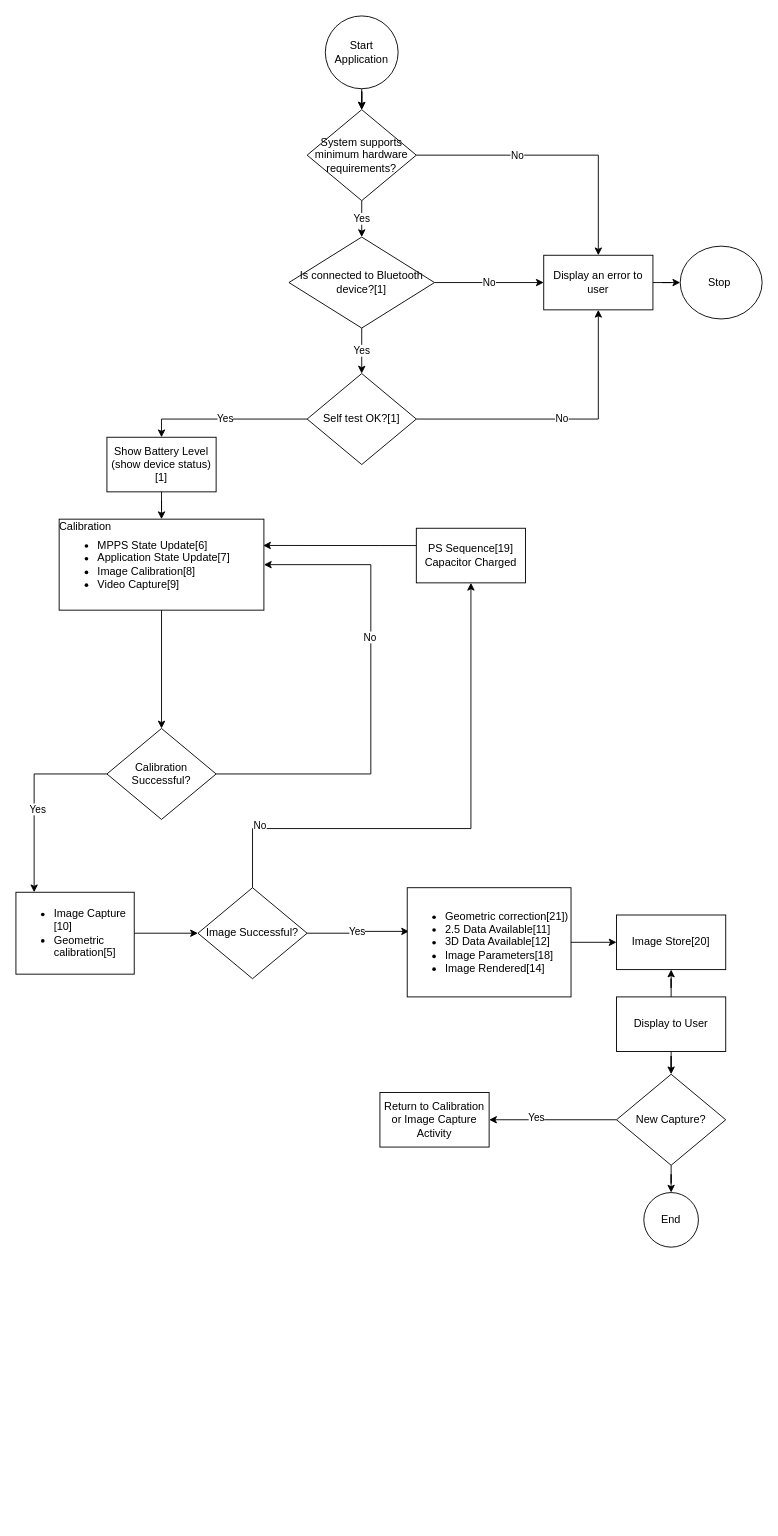
Above: top-level-sequence.drawio in obsidianhead/mobile-diagrams (draw.io), before the change. Source tidied: cells renumbered, new cells numbered last; positions are measured from the earlier drawing's top-left corner, leaving out a move shared by most shapes. Both pictures are drawn from the tidied source at 91%, with x=0, y=0 at pixel (15, 15).
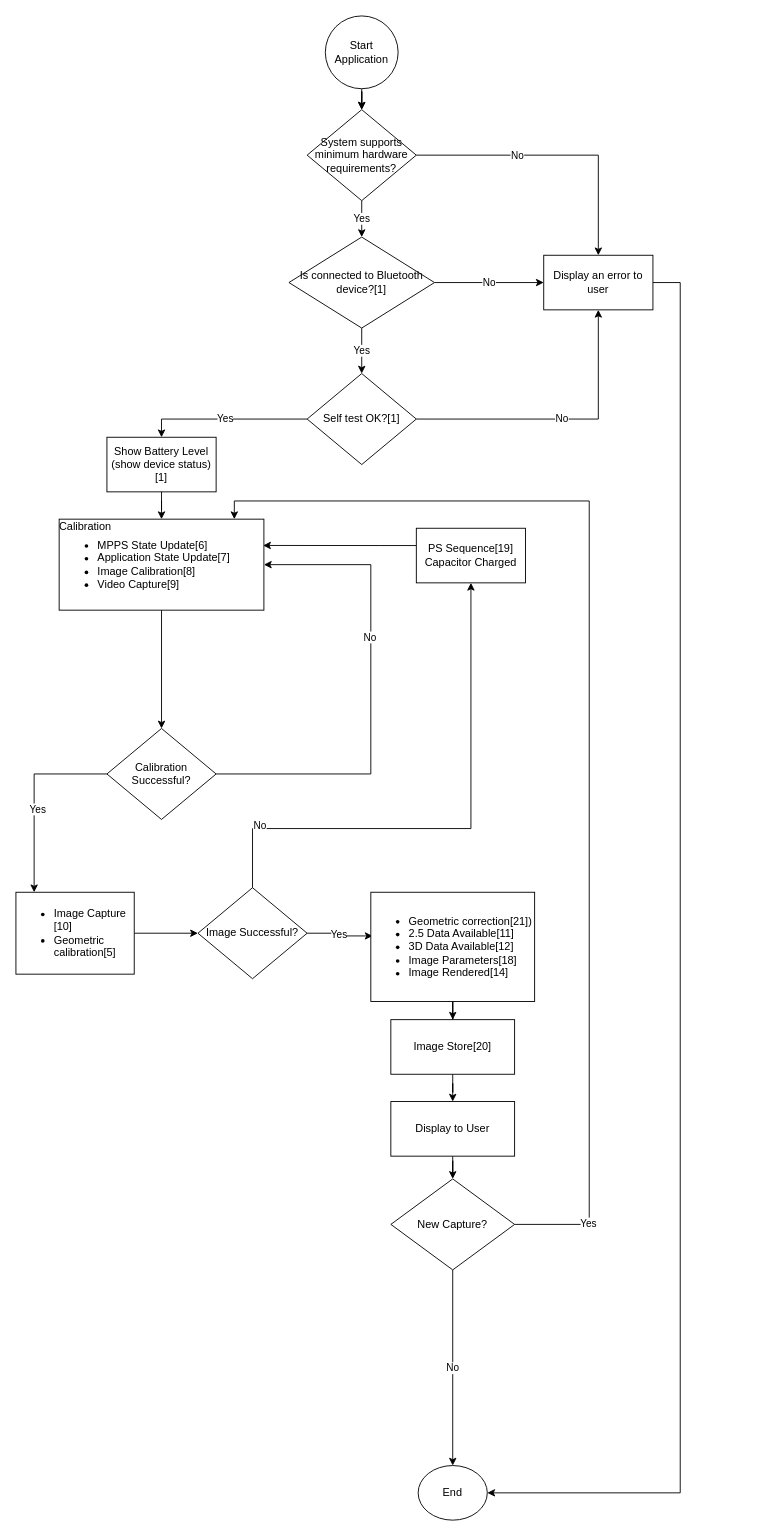
The same diagram, later.

Unchanged cells that the change refers to:
```xml
<mxCell id="19" value="Display an error to user" style="rounded=0;whiteSpace=wrap;html=1;" parent="1" vertex="1">
  <mxGeometry x="580" y="263" width="120" height="60" as="geometry" />
</mxCell>
```

Change to the diagram source:
```diff
@@
-    <mxCell id="3" value="Stop&amp;nbsp;" style="ellipse;whiteSpace=wrap;html=1;" parent="1" vertex="1">
-      <mxGeometry x="730" y="253" width="90" height="80" as="geometry" />
-    </mxCell>
@@
-    <mxCell id="18" style="edgeStyle=orthogonalEdgeStyle;rounded=0;jettySize=auto;html=1;" parent="1" edge="1" source="19" target="3">
-      <mxGeometry relative="1" as="geometry" />
+    <mxCell id="18" style="edgeStyle=orthogonalEdgeStyle;rounded=0;jettySize=auto;html=1;entryX=1;entryY=0.5;entryDx=0;entryDy=0;exitX=1;exitY=0.5;exitDx=0;exitDy=0;" parent="1" edge="1" source="19" target="48">
+      <mxGeometry relative="1" as="geometry">
+        <Array as="points">
+          <mxPoint x="730" y="293" />
+          <mxPoint x="730" y="1623" />
+        </Array>
+      </mxGeometry>
     </mxCell>
@@
     <mxCell id="34" value="&lt;ul&gt;&lt;li&gt;Geometric correction[21])&lt;/li&gt;&lt;li&gt;2.5 Data Available[11]&lt;/li&gt;&lt;li&gt;3D Data Available[12]&lt;/li&gt;&lt;li&gt;Image Parameters[18]&lt;/li&gt;&lt;li&gt;Image Rendered[14]&lt;/li&gt;&lt;/ul&gt;" style="rounded=0;whiteSpace=wrap;html=1;align=left;" parent="1" vertex="1">
-      <mxGeometry x="430" y="958" width="180" height="120" as="geometry" />
+      <mxGeometry x="390" y="963" width="180" height="120" as="geometry" />
     </mxCell>
@@
+    <mxCell id="49" style="edgeStyle=orthogonalEdgeStyle;rounded=0;jettySize=auto;html=1;" parent="1" edge="1" source="39" target="42">
+      <mxGeometry relative="1" as="geometry" />
+    </mxCell>
     <mxCell id="39" value="Image Store[20]" style="rounded=0;whiteSpace=wrap;html=1;" parent="1" vertex="1">
-      <mxGeometry x="660" y="988" width="120" height="60" as="geometry" />
+      <mxGeometry x="412" y="1103" width="136" height="60" as="geometry" />
     </mxCell>
-    <mxCell id="40" style="edgeStyle=orthogonalEdgeStyle;rounded=0;jettySize=auto;html=1;entryX=0.5;entryY=1;entryDx=0;entryDy=0;" parent="1" edge="1" source="42" target="39">
-      <mxGeometry relative="1" as="geometry" />
-    </mxCell>
@@
     <mxCell id="42" value="Display to User" style="rounded=0;whiteSpace=wrap;html=1;" parent="1" vertex="1">
-      <mxGeometry x="660" y="1078" width="120" height="60" as="geometry" />
+      <mxGeometry x="412" y="1193" width="136" height="60" as="geometry" />
     </mxCell>
-    <mxCell id="43" style="edgeStyle=orthogonalEdgeStyle;rounded=0;jettySize=auto;html=1;entryX=1;entryY=0.5;entryDx=0;entryDy=0;" parent="1" edge="1" source="46" target="47">
-      <mxGeometry relative="1" as="geometry" />
-    </mxCell>
+    <mxCell id="45" value="No" style="edgeStyle=orthogonalEdgeStyle;rounded=0;jettySize=auto;html=1;" parent="1" edge="1" source="46" target="48">
+      <mxGeometry relative="1" as="geometry" />
+    </mxCell>
+    <mxCell id="50" style="edgeStyle=orthogonalEdgeStyle;rounded=0;jettySize=auto;html=1;" parent="1" edge="1" source="46">
+      <mxGeometry relative="1" as="geometry">
+        <mxPoint x="240" y="553" as="targetPoint" />
+        <Array as="points">
+          <mxPoint x="630" y="1328" />
+          <mxPoint x="630" y="533" />
+          <mxPoint x="240" y="533" />
+        </Array>
+      </mxGeometry>
+    </mxCell>
-    <mxCell id="44" value="Yes" style="edgeLabel;html=1;align=center;verticalAlign=middle;" parent="43" vertex="1">
-      <mxGeometry x="0.27" y="-3" relative="1" as="geometry" />
+    <mxCell id="44" value="Yes" style="edgeLabel;html=1;align=center;verticalAlign=middle;" parent="50" vertex="1">
+      <mxGeometry x="-0.87" y="2" relative="1" as="geometry" />
     </mxCell>
-    <mxCell id="45" style="edgeStyle=orthogonalEdgeStyle;rounded=0;jettySize=auto;html=1;" parent="1" edge="1" source="46" target="48">
-      <mxGeometry relative="1" as="geometry" />
-    </mxCell>
     <mxCell id="46" value="New Capture?" style="rhombus;whiteSpace=wrap;html=1;" parent="1" vertex="1">
-      <mxGeometry x="660" y="1163" width="120" height="100" as="geometry" />
+      <mxGeometry x="412" y="1278" width="136" height="100" as="geometry" />
     </mxCell>
-    <mxCell id="47" value="Return to Calibration or Image Capture Activity" style="rounded=0;whiteSpace=wrap;html=1;" parent="1" vertex="1">
-      <mxGeometry x="400" y="1183" width="120" height="60" as="geometry" />
-    </mxCell>
     <mxCell id="48" value="End" style="ellipse;whiteSpace=wrap;html=1;" parent="1" vertex="1">
-      <mxGeometry x="690" y="1293" width="60" height="60" as="geometry" />
+      <mxGeometry x="442" y="1593" width="76" height="60" as="geometry" />
     </mxCell>
```
